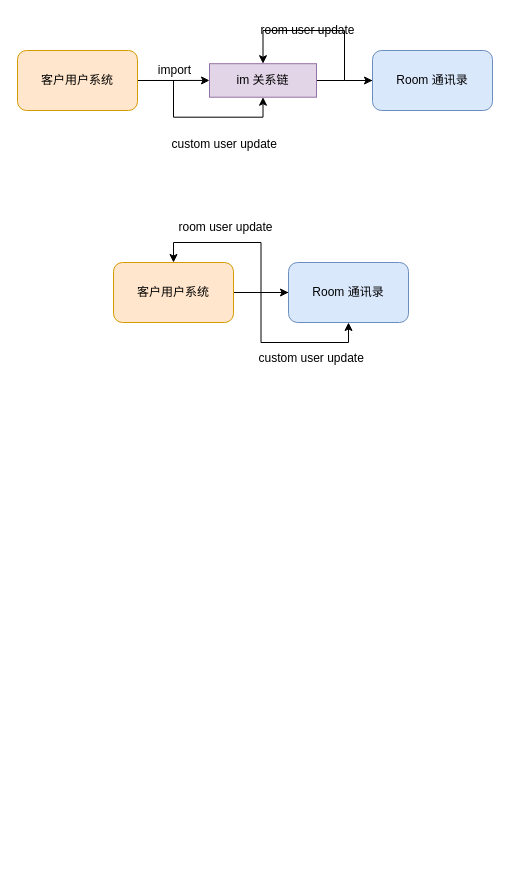
jiushu531/z-pages keeps this draw.io diagram as page "WASM" (4 of 4) of Untitled Diagram.drawio. Above is the earlier version. Source tidied: cells renumbered, new cells numbered last; positions are measured from the earlier drawing's top-left corner, leaving out a move shared by most shapes. Both pictures are drawn from the tidied source at 100%, with x=0, y=0 at pixel (17, 17).
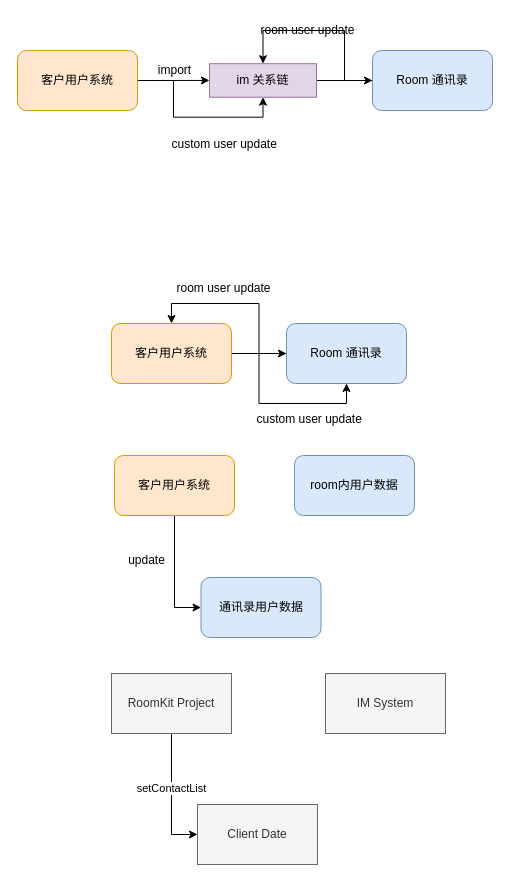
The same diagram, later.

Change to the diagram source:
```diff
@@
     <mxCell id="12" value="客户用户系统" style="rounded=1;whiteSpace=wrap;html=1;fillColor=#ffe6cc;strokeColor=#d79b00;" parent="1" vertex="1">
-      <mxGeometry x="96" y="245" width="120" height="60" as="geometry" />
+      <mxGeometry x="94" y="306" width="120" height="60" as="geometry" />
     </mxCell>
@@
     <mxCell id="14" value="Room 通讯录" style="rounded=1;whiteSpace=wrap;html=1;fillColor=#dae8fc;strokeColor=#6c8ebf;" parent="1" vertex="1">
-      <mxGeometry x="271" y="245" width="120" height="60" as="geometry" />
+      <mxGeometry x="269" y="306" width="120" height="60" as="geometry" />
     </mxCell>
@@
     <mxCell id="17" value="room user update" style="text;html=1;align=center;verticalAlign=middle;strokeColor=none;fillColor=none;" parent="1" vertex="1">
-      <mxGeometry x="152" y="197" width="112" height="26" as="geometry" />
+      <mxGeometry x="150" y="258" width="112" height="26" as="geometry" />
     </mxCell>
     <mxCell id="18" value="&amp;nbsp;custom user update" style="text;html=1;align=center;verticalAlign=middle;strokeColor=none;fillColor=none;" parent="1" vertex="1">
-      <mxGeometry x="228" y="328" width="127" height="26" as="geometry" />
+      <mxGeometry x="226" y="389" width="127" height="26" as="geometry" />
     </mxCell>
+    <mxCell id="19" style="edgeStyle=orthogonalEdgeStyle;rounded=0;jettySize=auto;html=1;entryX=0;entryY=0.5;entryDx=0;entryDy=0;" parent="1" edge="1" source="20" target="22">
+      <mxGeometry relative="1" as="geometry" />
+    </mxCell>
+    <mxCell id="20" value="客户用户系统" style="rounded=1;whiteSpace=wrap;html=1;fillColor=#ffe6cc;strokeColor=#d79b00;" parent="1" vertex="1">
+      <mxGeometry x="97" y="438" width="120" height="60" as="geometry" />
+    </mxCell>
+    <mxCell id="21" value="room内用户数据" style="rounded=1;whiteSpace=wrap;html=1;fillColor=#dae8fc;strokeColor=#6c8ebf;" parent="1" vertex="1">
+      <mxGeometry x="277" y="438" width="120" height="60" as="geometry" />
+    </mxCell>
+    <mxCell id="22" value="通讯录用户数据" style="rounded=1;whiteSpace=wrap;html=1;fillColor=#dae8fc;strokeColor=#6c8ebf;" parent="1" vertex="1">
+      <mxGeometry x="183.5" y="560" width="120" height="60" as="geometry" />
+    </mxCell>
+    <mxCell id="23" value="update" style="text;html=1;align=center;verticalAlign=middle;strokeColor=none;fillColor=none;" parent="1" vertex="1">
+      <mxGeometry x="101" y="530" width="55" height="26" as="geometry" />
+    </mxCell>
+    <mxCell id="24" style="edgeStyle=orthogonalEdgeStyle;rounded=0;jettySize=auto;html=1;entryX=0;entryY=0.5;entryDx=0;entryDy=0;" parent="1" edge="1" source="26" target="28">
+      <mxGeometry relative="1" as="geometry" />
+    </mxCell>
+    <mxCell id="25" value="setContactList" style="edgeLabel;html=1;align=center;verticalAlign=middle;" parent="24" vertex="1">
+      <mxGeometry x="-0.15" y="-1" relative="1" as="geometry" />
+    </mxCell>
+    <mxCell id="26" value="RoomKit Project" style="rounded=0;whiteSpace=wrap;html=1;fillColor=#f5f5f5;fontColor=#333333;strokeColor=#666666;" parent="1" vertex="1">
+      <mxGeometry x="94" y="656" width="120" height="60" as="geometry" />
+    </mxCell>
+    <mxCell id="27" value="IM System" style="rounded=0;whiteSpace=wrap;html=1;fillColor=#f5f5f5;fontColor=#333333;strokeColor=#666666;" parent="1" vertex="1">
+      <mxGeometry x="308" y="656" width="120" height="60" as="geometry" />
+    </mxCell>
+    <mxCell id="28" value="Client Date" style="rounded=0;whiteSpace=wrap;html=1;fillColor=#f5f5f5;fontColor=#333333;strokeColor=#666666;" parent="1" vertex="1">
+      <mxGeometry x="180" y="787" width="120" height="60" as="geometry" />
+    </mxCell>
```
